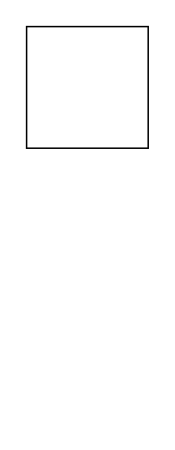
The draw.io diagram Untitled Diagram.drawio in fkc-zyk/Learning, before the edit. Source tidied: cells renumbered, new cells numbered last; positions are measured from the earlier drawing's top-left corner, leaving out a move shared by most shapes. Both pictures are drawn from the tidied source at 152%, with x=0, y=0 at pixel (26, 26).
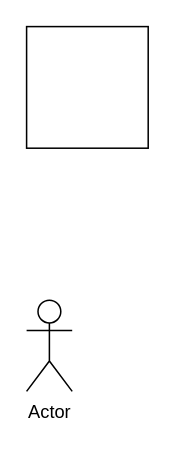
The same diagram, later.

Diff of the diagram source:
```diff
@@
 <mxGraphModel>
   <root>
     <mxCell id="0" />
     <mxCell id="1" parent="0" />
     <mxCell id="2" style="whiteSpace=wrap;html=1;" parent="1" vertex="1">
       <mxGeometry width="80" height="80" as="geometry" />
     </mxCell>
+    <mxCell id="3" value="Actor" style="shape=umlActor;verticalLabelPosition=bottom;verticalAlign=top;html=1;" parent="1" vertex="1">
+      <mxGeometry y="180" width="30" height="60" as="geometry" />
+    </mxCell>
   </root>
 </mxGraphModel>
```
